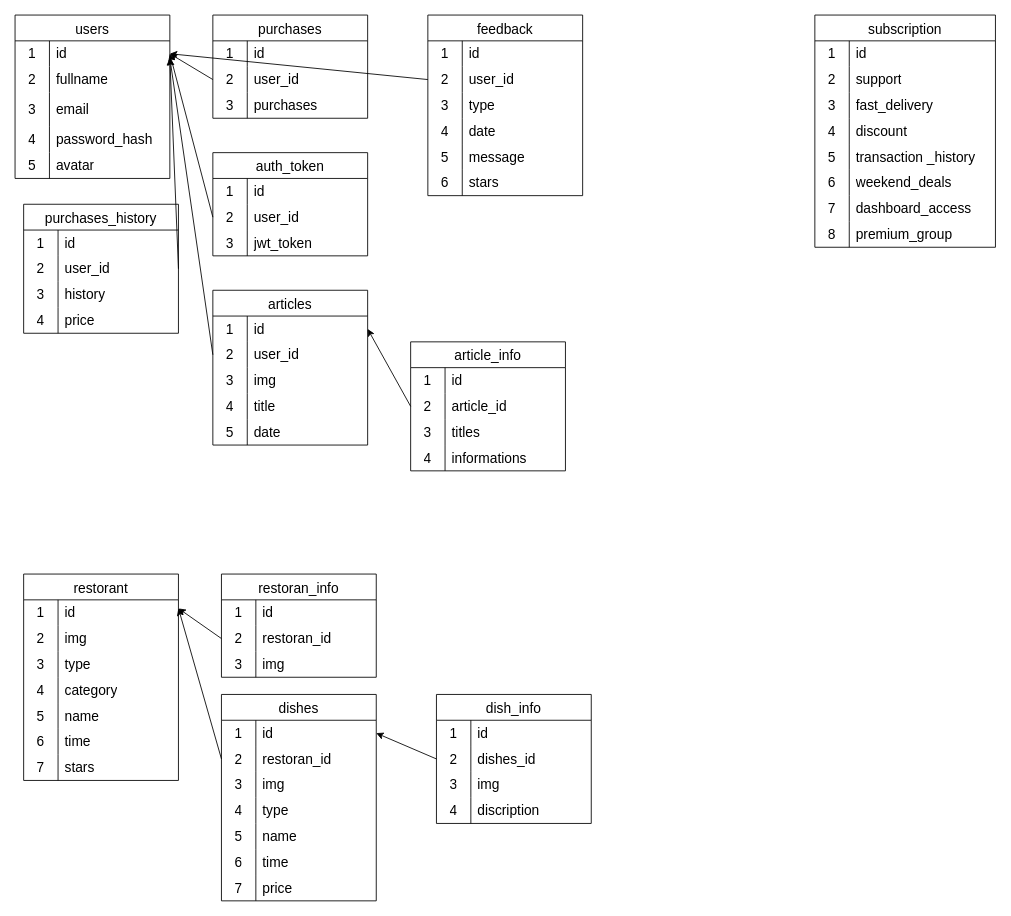
BlackDarkes/Eatly keeps this draw.io diagram as api/src/database/.drawio. Above is the earlier version. Source tidied: cells renumbered, new cells numbered last; positions are measured from the earlier drawing's top-left corner, leaving out a move shared by most shapes. Both pictures are drawn from the tidied source at 86%, with x=0, y=0 at pixel (15, 15).
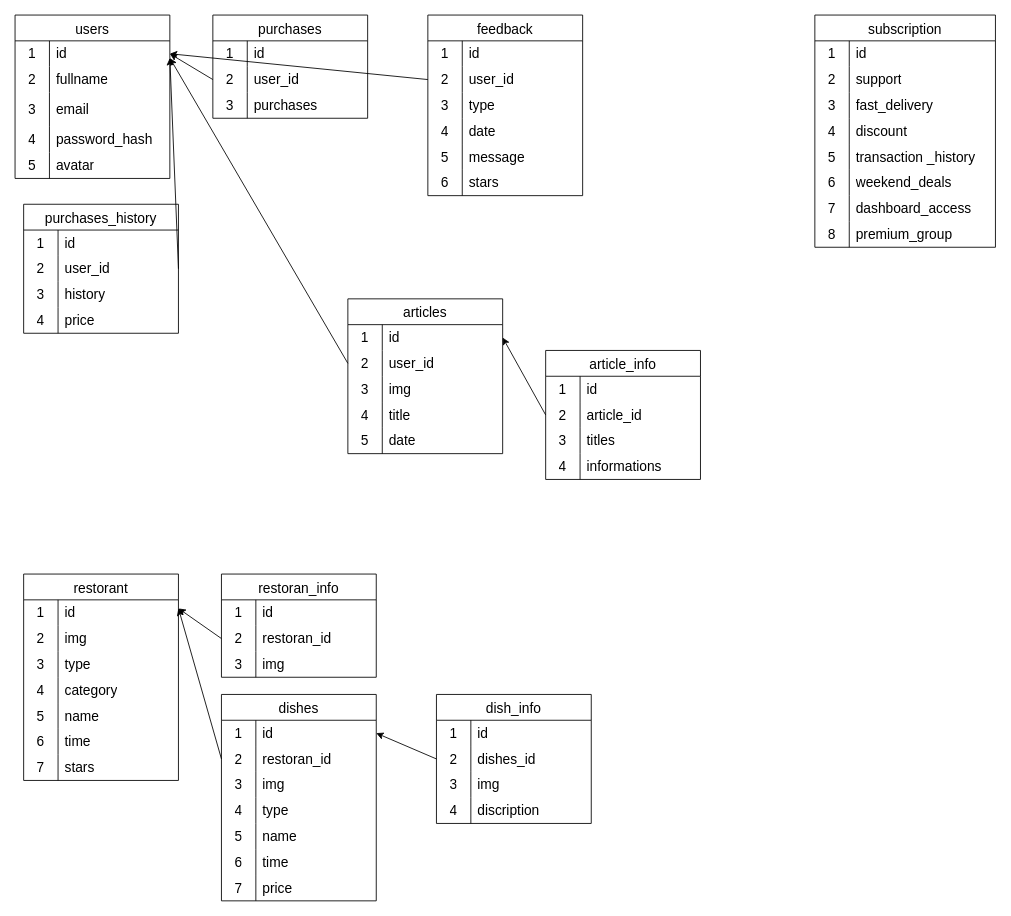
The same diagram, later.

Unchanged cells that the change refers to:
```xml
<mxCell id="3" style="shape=tableRow;horizontal=0;startSize=0;swimlaneHead=0;swimlaneBody=0;top=0;left=0;bottom=0;right=0;fillColor=none;points=[[0,0.5],[1,0.5]];portConstraint=eastwest;strokeColor=inherit;fontSize=16;" parent="2" vertex="1">
  <mxGeometry y="30" width="180" height="30" as="geometry" />
</mxCell>
```

Diff of the diagram source:
```diff
@@
-    <mxCell id="40" value="auth_token" style="shape=table;startSize=30;childLayout=tableLayout;rowLines=0;fontStyle=0;strokeColor=default;fontSize=16;" parent="1" vertex="1">
-      <mxGeometry x="230" y="160" width="180" height="120" as="geometry" />
-    </mxCell>
-    <mxCell id="41" style="shape=tableRow;horizontal=0;startSize=0;swimlaneHead=0;swimlaneBody=0;top=0;left=0;bottom=0;right=0;fillColor=none;strokeColor=inherit;fontSize=16;" parent="40" vertex="1">
-      <mxGeometry y="30" width="180" height="30" as="geometry" />
-    </mxCell>
-    <mxCell id="42" value="1" style="shape=partialRectangle;html=1;whiteSpace=wrap;fillColor=none;top=0;left=0;bottom=0;right=0;overflow=hidden;strokeColor=inherit;fontSize=16;" parent="41" vertex="1">
-      <mxGeometry width="40" height="30" as="geometry" />
-    </mxCell>
-    <mxCell id="43" value="id" style="shape=partialRectangle;html=1;whiteSpace=wrap;fillColor=none;top=0;left=0;bottom=0;right=0;align=left;spacingLeft=6;overflow=hidden;strokeColor=inherit;fontSize=16;" parent="41" vertex="1">
-      <mxGeometry x="40" width="140" height="30" as="geometry" />
-    </mxCell>
-    <mxCell id="44" style="shape=tableRow;horizontal=0;startSize=0;swimlaneHead=0;swimlaneBody=0;top=0;left=0;bottom=0;right=0;fillColor=none;points=[[0,0.5],[1,0.5]];portConstraint=eastwest;strokeColor=inherit;fontSize=16;" parent="40" vertex="1">
-      <mxGeometry y="60" width="180" height="30" as="geometry" />
-    </mxCell>
-    <mxCell id="45" value="2" style="shape=partialRectangle;html=1;whiteSpace=wrap;fillColor=none;top=0;left=0;bottom=0;right=0;overflow=hidden;strokeColor=inherit;fontSize=16;" parent="44" vertex="1">
-      <mxGeometry width="40" height="30" as="geometry" />
-    </mxCell>
-    <mxCell id="46" value="user_id" style="shape=partialRectangle;html=1;whiteSpace=wrap;fillColor=none;top=0;left=0;bottom=0;right=0;align=left;spacingLeft=6;overflow=hidden;strokeColor=inherit;fontSize=16;" parent="44" vertex="1">
-      <mxGeometry x="40" width="140" height="30" as="geometry" />
-    </mxCell>
-    <mxCell id="47" style="shape=tableRow;horizontal=0;startSize=0;swimlaneHead=0;swimlaneBody=0;top=0;left=0;bottom=0;right=0;fillColor=none;strokeColor=inherit;fontSize=16;" parent="40" vertex="1">
-      <mxGeometry y="90" width="180" height="30" as="geometry" />
-    </mxCell>
-    <mxCell id="48" value="3" style="shape=partialRectangle;html=1;whiteSpace=wrap;fillColor=none;top=0;left=0;bottom=0;right=0;overflow=hidden;strokeColor=inherit;fontSize=16;" parent="47" vertex="1">
-      <mxGeometry width="40" height="30" as="geometry" />
-    </mxCell>
-    <mxCell id="49" value="&lt;span style=&quot;color: rgb(0, 0, 0);&quot;&gt;jwt_token&lt;/span&gt;" style="shape=partialRectangle;html=1;whiteSpace=wrap;fillColor=none;top=0;left=0;bottom=0;right=0;align=left;spacingLeft=6;overflow=hidden;strokeColor=inherit;fontSize=16;" parent="47" vertex="1">
-      <mxGeometry x="40" width="140" height="30" as="geometry" />
-    </mxCell>
@@
-    <mxCell id="61" style="edgeStyle=none;html=1;entryX=1;entryY=0.5;entryDx=0;entryDy=0;exitX=0;exitY=0.5;exitDx=0;exitDy=0;" parent="1" edge="1" source="44" target="3">
-      <mxGeometry relative="1" as="geometry" />
-    </mxCell>
@@
     <mxCell id="168" value="articles" style="shape=table;startSize=30;childLayout=tableLayout;rowLines=0;fontStyle=0;strokeColor=default;fontSize=16;" parent="1" vertex="1">
-      <mxGeometry x="230" y="320" width="180" height="180" as="geometry" />
+      <mxGeometry x="387" y="330" width="180" height="180" as="geometry" />
     </mxCell>
@@
     <mxCell id="184" value="article_info" style="shape=table;startSize=30;childLayout=tableLayout;rowLines=0;fontStyle=0;strokeColor=default;fontSize=16;" parent="1" vertex="1">
-      <mxGeometry x="460" y="380" width="180" height="150" as="geometry" />
+      <mxGeometry x="617" y="390" width="180" height="150" as="geometry" />
     </mxCell>
```
